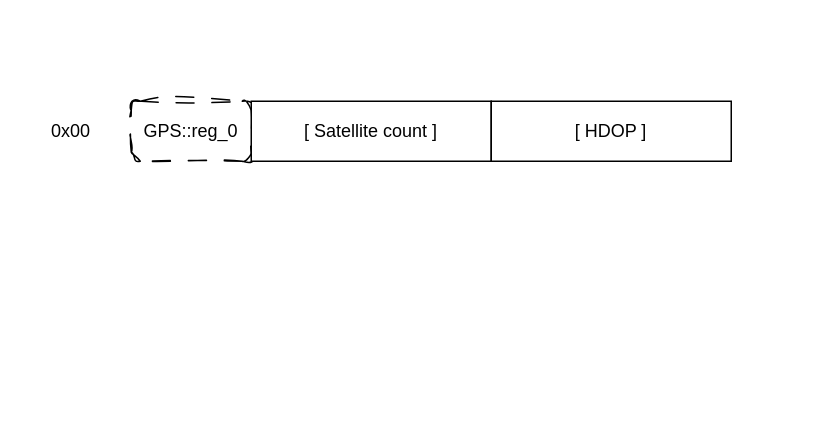
Before: AUTO-A113/Ruptures/warc/rig_3000/schemes/modbus_registers.drawio in HoratiuMip/Ad-astra.Made.Not-said, a draw.io diagram. Source tidied: cells renumbered, new cells numbered last; positions are measured from the earlier drawing's top-left corner, leaving out a move shared by most shapes. Both pictures are drawn from the tidied source at 150%, with x=0, y=0 at pixel (26, 100).
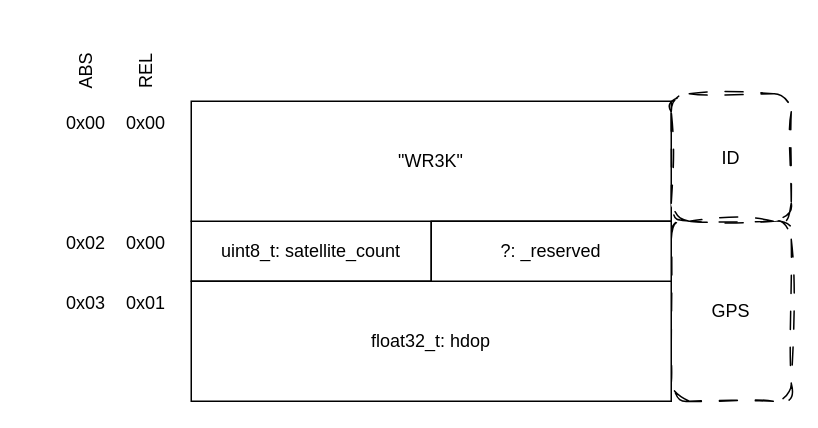
Above is the later version.

The edit, as a diff of the source:
```diff
@@
 <mxGraphModel>
   <root>
     <mxCell id="0" />
     <mxCell id="1" parent="0" />
-    <mxCell id="2" value="GPS::reg_0" style="rounded=1;whiteSpace=wrap;html=1;sketch=1;curveFitting=1;jiggle=2;dashed=1;dashPattern=12 12;" parent="1" vertex="1">
-      <mxGeometry x="70" width="80" height="40" as="geometry" />
+    <mxCell id="2" value="GPS" style="rounded=1;whiteSpace=wrap;html=1;sketch=1;curveFitting=1;jiggle=2;dashed=1;dashPattern=12 12;" parent="1" vertex="1">
+      <mxGeometry x="430" y="80" width="80" height="120" as="geometry" />
     </mxCell>
-    <mxCell id="3" value="[ Satellite count ]" style="rounded=0;whiteSpace=wrap;html=1;" parent="1" vertex="1">
-      <mxGeometry x="150" width="160" height="40" as="geometry" />
+    <mxCell id="3" value="uint8_t: satellite_count" style="rounded=0;whiteSpace=wrap;html=1;" parent="1" vertex="1">
+      <mxGeometry x="110" y="80" width="160" height="40" as="geometry" />
     </mxCell>
-    <mxCell id="4" value="[ HDOP ]" style="rounded=0;whiteSpace=wrap;html=1;" parent="1" vertex="1">
-      <mxGeometry x="310" width="160" height="40" as="geometry" />
+    <mxCell id="4" value="float32_t: hdop" style="rounded=0;whiteSpace=wrap;html=1;" parent="1" vertex="1">
+      <mxGeometry x="110" y="120" width="320" height="80" as="geometry" />
     </mxCell>
     <mxCell id="5" value="0x00" style="text;html=1;whiteSpace=wrap;strokeColor=none;fillColor=none;align=center;verticalAlign=middle;rounded=0;" parent="1" vertex="1">
-      <mxGeometry y="5" width="60" height="30" as="geometry" />
+      <mxGeometry x="10" width="60" height="30" as="geometry" />
     </mxCell>
+    <mxCell id="6" value="0x00" style="text;html=1;whiteSpace=wrap;strokeColor=none;fillColor=none;align=center;verticalAlign=middle;rounded=0;" parent="1" vertex="1">
+      <mxGeometry x="50" width="60" height="30" as="geometry" />
+    </mxCell>
+    <mxCell id="7" value="ABS" style="text;html=1;whiteSpace=wrap;strokeColor=none;fillColor=none;align=center;verticalAlign=middle;rounded=0;rotation=270;" parent="1" vertex="1">
+      <mxGeometry x="10" y="-35" width="60" height="30" as="geometry" />
+    </mxCell>
+    <mxCell id="8" value="REL" style="text;html=1;whiteSpace=wrap;strokeColor=none;fillColor=none;align=center;verticalAlign=middle;rounded=0;rotation=270;" parent="1" vertex="1">
+      <mxGeometry x="50" y="-35" width="60" height="30" as="geometry" />
+    </mxCell>
+    <mxCell id="9" value="&quot;WR3K&quot;" style="rounded=0;whiteSpace=wrap;html=1;" parent="1" vertex="1">
+      <mxGeometry x="110" width="320" height="80" as="geometry" />
+    </mxCell>
+    <mxCell id="10" value="ID" style="rounded=1;whiteSpace=wrap;html=1;sketch=1;curveFitting=1;jiggle=2;dashed=1;dashPattern=12 12;" parent="1" vertex="1">
+      <mxGeometry x="430" y="-5" width="80" height="85" as="geometry" />
+    </mxCell>
+    <mxCell id="11" value="0x02" style="text;html=1;whiteSpace=wrap;strokeColor=none;fillColor=none;align=center;verticalAlign=middle;rounded=0;" parent="1" vertex="1">
+      <mxGeometry x="10" y="80" width="60" height="30" as="geometry" />
+    </mxCell>
+    <mxCell id="12" value="0x00" style="text;html=1;whiteSpace=wrap;strokeColor=none;fillColor=none;align=center;verticalAlign=middle;rounded=0;" parent="1" vertex="1">
+      <mxGeometry x="50" y="80" width="60" height="30" as="geometry" />
+    </mxCell>
+    <mxCell id="13" value="?: _reserved" style="rounded=0;whiteSpace=wrap;html=1;" parent="1" vertex="1">
+      <mxGeometry x="270" y="80" width="160" height="40" as="geometry" />
+    </mxCell>
+    <mxCell id="14" value="0x03" style="text;html=1;whiteSpace=wrap;strokeColor=none;fillColor=none;align=center;verticalAlign=middle;rounded=0;" parent="1" vertex="1">
+      <mxGeometry x="10" y="120" width="60" height="30" as="geometry" />
+    </mxCell>
+    <mxCell id="15" value="0x01" style="text;html=1;whiteSpace=wrap;strokeColor=none;fillColor=none;align=center;verticalAlign=middle;rounded=0;" parent="1" vertex="1">
+      <mxGeometry x="50" y="120" width="60" height="30" as="geometry" />
+    </mxCell>
   </root>
 </mxGraphModel>
```
